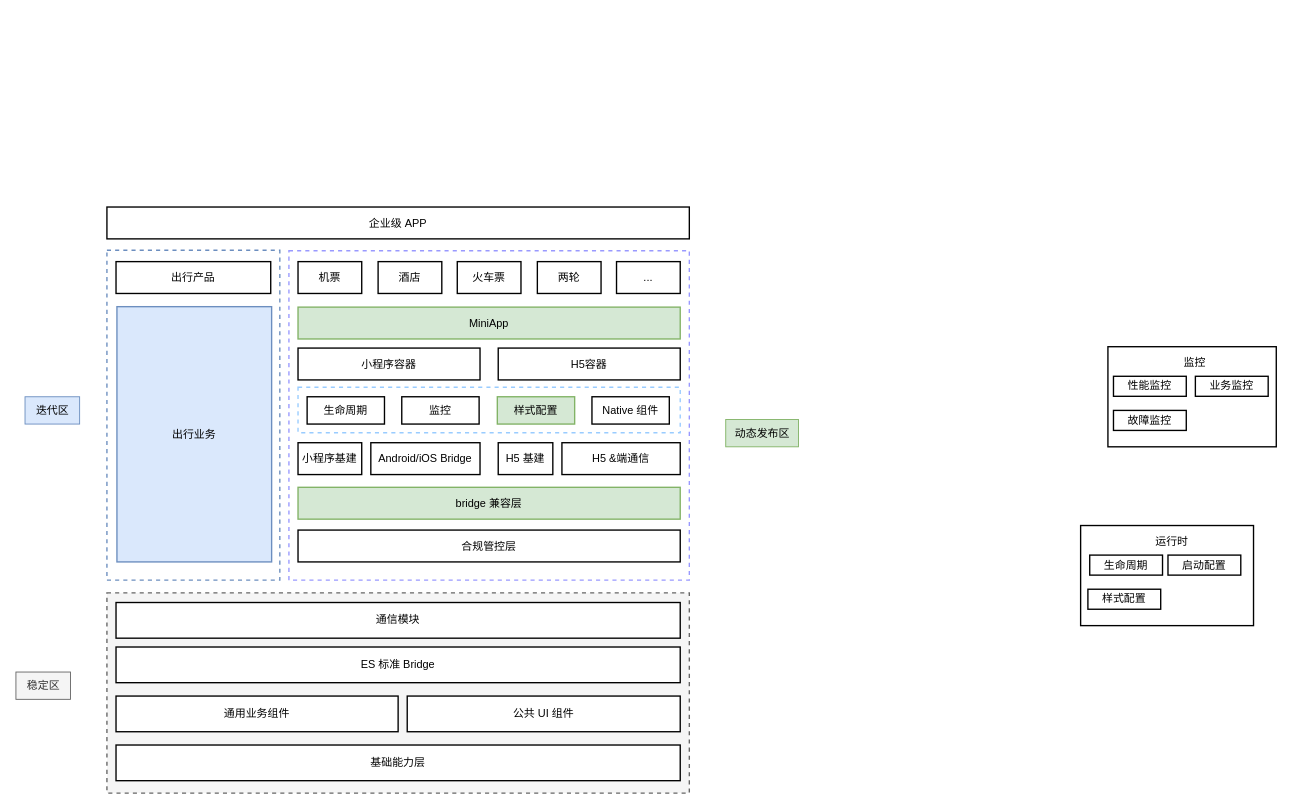
The draw.io diagram page "架构全景图" (3 of 4) of 未命名绘图.drawio in ashen-23/DrawIORepo, before the edit. Source tidied: cells renumbered, new cells numbered last; positions are measured from the earlier drawing's top-left corner, leaving out a move shared by most shapes. Both pictures are drawn from the tidied source at 91%, with x=0, y=0 at pixel (15, 207).
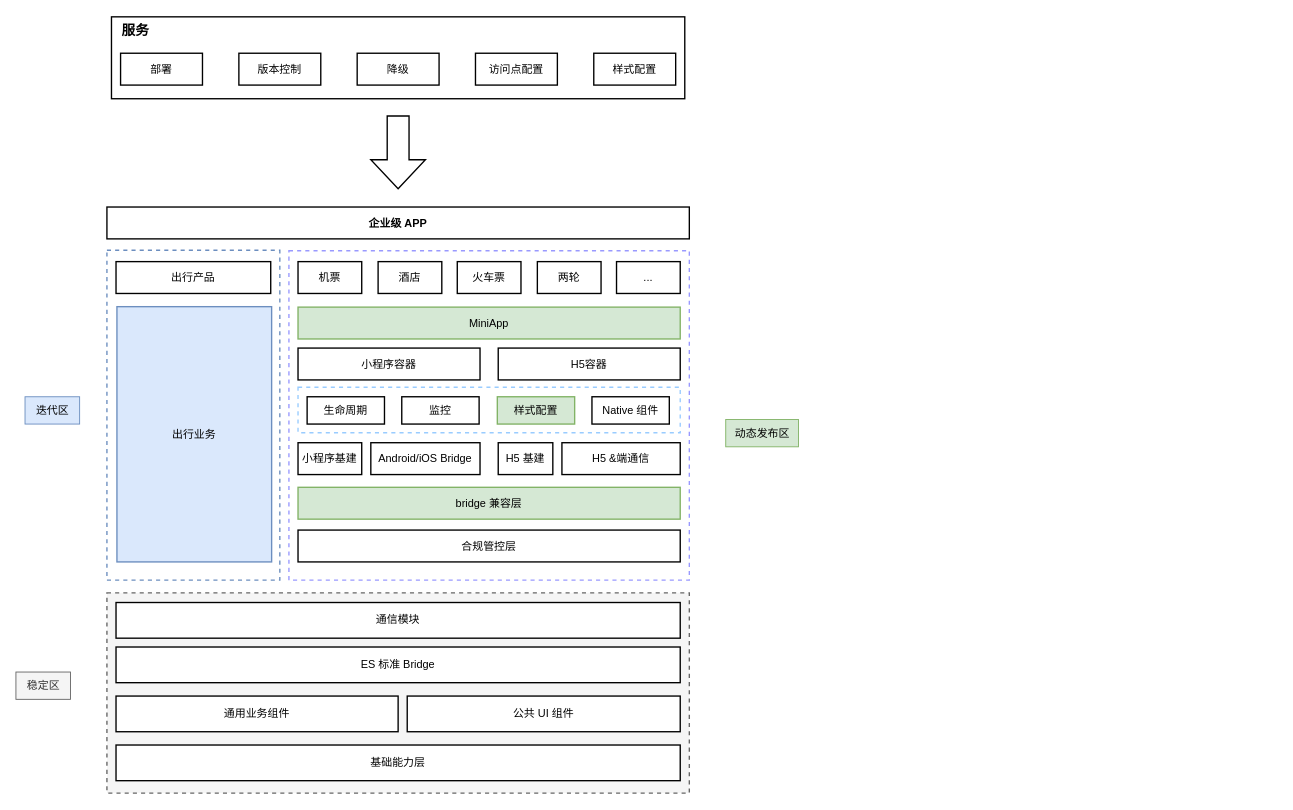
After the change.

Diff of the diagram source:
```diff
@@
-    <mxCell id="8" value="企业级 APP" style="whiteSpace=wrap;html=1;strokeWidth=1.5;fontColor=#000000;fillColor=#FFFFFF;" parent="1" vertex="1">
+    <mxCell id="8" value="企业级 APP" style="whiteSpace=wrap;html=1;strokeWidth=1.5;fontColor=#000000;fillColor=#FFFFFF;fontStyle=1;" parent="1" vertex="1">
       <mxGeometry x="100" width="640" height="35" as="geometry" />
     </mxCell>
@@
-    <mxCell id="22" style="group;" parent="1" vertex="1">
-      <mxGeometry x="1170" y="350" width="190" height="110" as="geometry" />
-    </mxCell>
-    <mxCell id="23" style="whiteSpace=wrap;html=1;strokeWidth=1.5;fontColor=#000000;fillColor=#FFFFFF;" parent="22" vertex="1">
-      <mxGeometry width="190" height="110" as="geometry" />
-    </mxCell>
-    <mxCell id="24" value="生命周期" style="whiteSpace=wrap;html=1;strokeWidth=1.5;fontColor=#000000;fillColor=#FFFFFF;" parent="22" vertex="1">
-      <mxGeometry x="10" y="32.5" width="80" height="22" as="geometry" />
-    </mxCell>
-    <mxCell id="25" value="启动配置" style="whiteSpace=wrap;html=1;strokeWidth=1.5;fontColor=#000000;fillColor=#FFFFFF;" parent="22" vertex="1">
-      <mxGeometry x="96" y="32.5" width="80" height="22" as="geometry" />
-    </mxCell>
-    <mxCell id="26" value="样式配置" style="whiteSpace=wrap;html=1;strokeWidth=1.5;fontColor=#000000;fillColor=#FFFFFF;" parent="22" vertex="1">
-      <mxGeometry x="8" y="70" width="80" height="22" as="geometry" />
-    </mxCell>
-    <mxCell id="27" value="运行时" style="text;html=1;align=center;verticalAlign=middle;strokeColor=none;fillColor=none;fontColor=#000000;" parent="22" vertex="1">
-      <mxGeometry x="70" y="2.5" width="60" height="30" as="geometry" />
-    </mxCell>
@@
-    <mxCell id="29" style="group;" parent="1" vertex="1">
-      <mxGeometry x="1200" y="153.5" width="185" height="110" as="geometry" />
-    </mxCell>
-    <mxCell id="30" style="whiteSpace=wrap;html=1;strokeWidth=1.5;fontColor=#000000;fillColor=#FFFFFF;" parent="29" vertex="1">
-      <mxGeometry width="185" height="110" as="geometry" />
-    </mxCell>
-    <mxCell id="31" value="故障监控" style="whiteSpace=wrap;html=1;strokeWidth=1.5;fontColor=#000000;fillColor=#FFFFFF;" parent="29" vertex="1">
-      <mxGeometry x="6.1" y="70" width="80" height="22" as="geometry" />
-    </mxCell>
-    <mxCell id="32" value="性能监控" style="whiteSpace=wrap;html=1;strokeWidth=1.5;fontColor=#000000;fillColor=#FFFFFF;" parent="29" vertex="1">
-      <mxGeometry x="6.1" y="32.5" width="80" height="22" as="geometry" />
-    </mxCell>
-    <mxCell id="33" value="业务监控" style="whiteSpace=wrap;html=1;strokeWidth=1.5;fontColor=#000000;fillColor=#FFFFFF;" parent="29" vertex="1">
-      <mxGeometry x="96.1" y="32.5" width="80" height="22" as="geometry" />
-    </mxCell>
-    <mxCell id="34" value="监控" style="text;html=1;align=center;verticalAlign=middle;strokeColor=none;fillColor=none;fontColor=#000000;" parent="29" vertex="1">
-      <mxGeometry x="70" y="2.5" width="50" height="30" as="geometry" />
-    </mxCell>
@@
+    <mxCell id="48" style="group;" parent="1" vertex="1">
+      <mxGeometry x="105" y="-210" width="630" height="91" as="geometry" />
+    </mxCell>
+    <mxCell id="49" style="whiteSpace=wrap;html=1;rounded=0;shadow=0;glass=0;strokeColor=#000000;strokeWidth=1.5;fontColor=#000000;fillColor=none;gradientColor=none;" parent="48" vertex="1">
+      <mxGeometry y="1" width="630" height="90" as="geometry" />
+    </mxCell>
+    <mxCell id="50" value="版本控制" style="whiteSpace=wrap;html=1;rounded=0;shadow=0;glass=0;strokeColor=#000000;strokeWidth=1.5;fontColor=#000000;fillColor=none;gradientColor=none;" parent="48" vertex="1">
+      <mxGeometry x="140" y="41" width="90" height="35" as="geometry" />
+    </mxCell>
+    <mxCell id="51" value="部署" style="whiteSpace=wrap;html=1;rounded=0;shadow=0;glass=0;strokeColor=#000000;strokeWidth=1.5;fontColor=#000000;fillColor=none;gradientColor=none;" parent="48" vertex="1">
+      <mxGeometry x="10" y="41" width="90" height="35" as="geometry" />
+    </mxCell>
+    <mxCell id="52" value="降级" style="whiteSpace=wrap;html=1;rounded=0;shadow=0;glass=0;strokeColor=#000000;strokeWidth=1.5;fontColor=#000000;fillColor=none;gradientColor=none;" parent="48" vertex="1">
+      <mxGeometry x="270" y="41" width="90" height="35" as="geometry" />
+    </mxCell>
+    <mxCell id="53" value="访问点配置" style="whiteSpace=wrap;html=1;rounded=0;shadow=0;glass=0;strokeColor=#000000;strokeWidth=1.5;fontColor=#000000;fillColor=none;gradientColor=none;" parent="48" vertex="1">
+      <mxGeometry x="400" y="41" width="90" height="35" as="geometry" />
+    </mxCell>
+    <mxCell id="26" value="样式配置" style="whiteSpace=wrap;html=1;rounded=0;shadow=0;glass=0;strokeColor=#000000;strokeWidth=1.5;fontColor=#000000;fillColor=none;gradientColor=none;" parent="48" vertex="1">
+      <mxGeometry x="530" y="41" width="90" height="35" as="geometry" />
+    </mxCell>
+    <mxCell id="54" value="服务" style="text;html=1;align=center;verticalAlign=middle;strokeColor=none;fillColor=none;fontColor=#000000;fontSize=15;fontStyle=1;" parent="48" vertex="1">
+      <mxGeometry x="1" width="50" height="30" as="geometry" />
+    </mxCell>
+    <mxCell id="55" style="shape=singleArrow;whiteSpace=wrap;html=1;arrowWidth=0.4;arrowSize=0.4;rounded=0;shadow=0;glass=0;strokeColor=#000000;strokeWidth=1.5;fontSize=15;fontColor=#000000;fillColor=none;gradientColor=none;rotation=90;" parent="1" vertex="1">
+      <mxGeometry x="380" y="-90" width="80" height="60" as="geometry" />
+    </mxCell>
```
